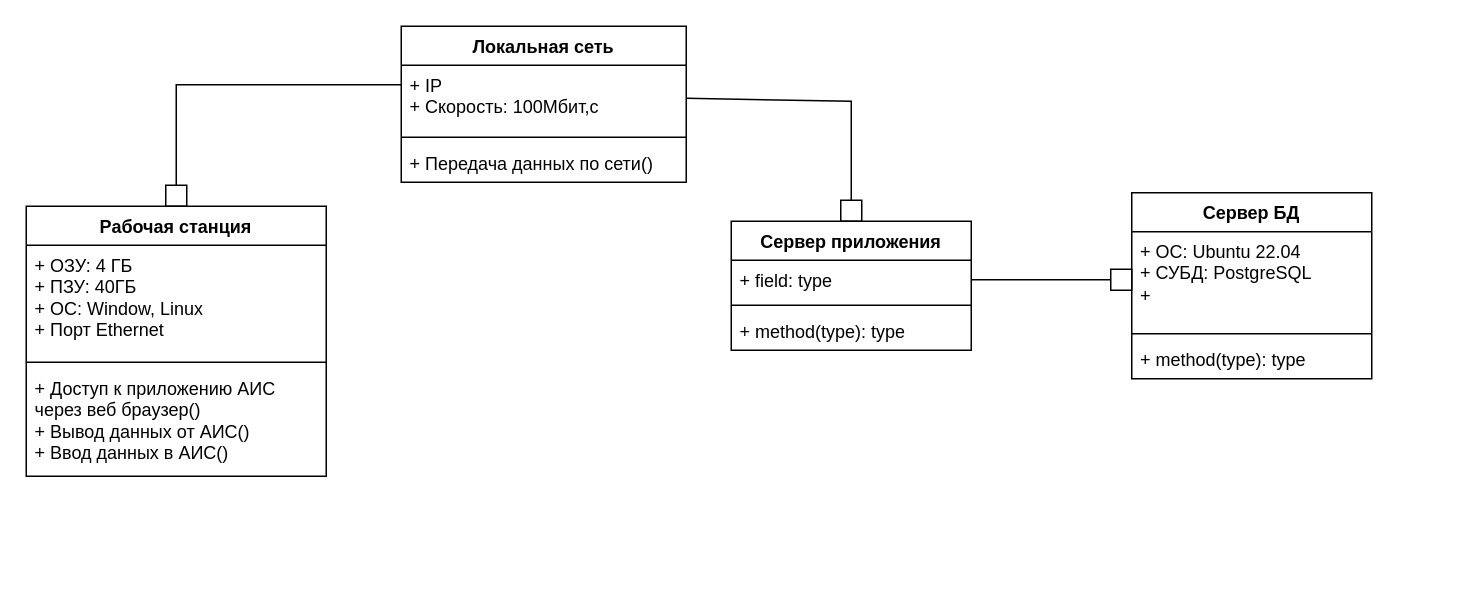
hiff0/db-city-council keeps this draw.io diagram as Определение проекта АИС.drawio. Above is the earlier version. Source tidied: cells renumbered, new cells numbered last; positions are measured from the earlier drawing's top-left corner, leaving out a move shared by most shapes. Both pictures are drawn from the tidied source at 150%, with x=0, y=0 at pixel (26, 26).
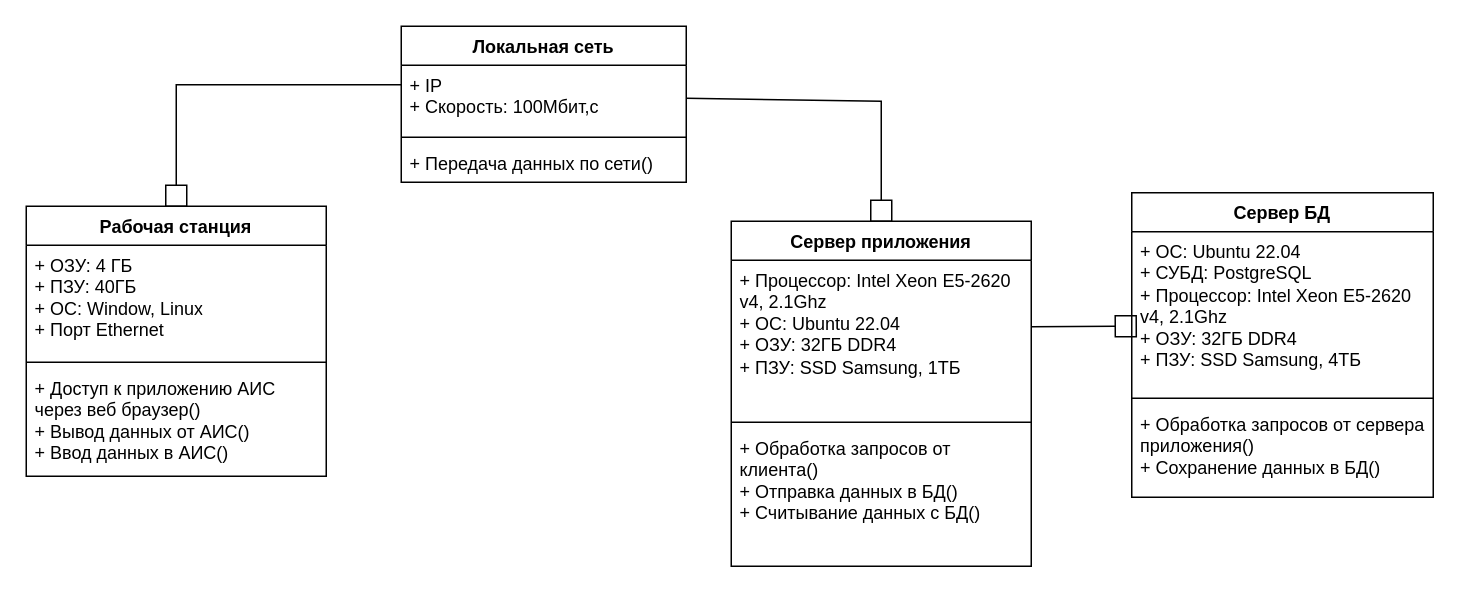
After the change.

Unchanged cells that the change refers to:
```xml
<mxCell id="3" value="+ IP&lt;div&gt;+ С&lt;span style=&quot;background-color: initial;&quot;&gt;корость: 100Мбит,с&lt;/span&gt;&lt;/div&gt;" style="text;strokeColor=none;fillColor=none;align=left;verticalAlign=top;spacingLeft=4;spacingRight=4;overflow=hidden;points=[[0,0.5],[1,0.5]];portConstraint=eastwest;whiteSpace=wrap;html=1;" parent="2" vertex="1">
  <mxGeometry y="26" width="190" height="44" as="geometry" />
</mxCell>
```

What changed in the source:
```diff
@@
     <mxCell id="10" value="Сервер приложения" style="swimlane;fontStyle=1;align=center;verticalAlign=top;horizontal=1;startSize=26;whiteSpace=wrap;html=1;" parent="1" vertex="1">
-      <mxGeometry x="470" y="130" width="160" height="86" as="geometry" />
+      <mxGeometry x="470" y="130" width="200" height="230" as="geometry" />
     </mxCell>
-    <mxCell id="11" value="+ field: type" style="text;strokeColor=none;fillColor=none;align=left;verticalAlign=top;spacingLeft=4;spacingRight=4;overflow=hidden;points=[[0,0.5],[1,0.5]];portConstraint=eastwest;whiteSpace=wrap;html=1;" parent="10" vertex="1">
-      <mxGeometry y="26" width="160" height="26" as="geometry" />
+    <mxCell id="11" value="+ Процессор: Intel Xeon E5-2620 v4, 2.1Ghz&lt;div&gt;+ ОС: Ubuntu 22.04&lt;/div&gt;&lt;div&gt;+ ОЗУ: 32ГБ DDR4&lt;/div&gt;&lt;div&gt;+ ПЗУ: SSD Samsung, 1ТБ&lt;/div&gt;&lt;div&gt;&lt;br&gt;&lt;/div&gt;" style="text;strokeColor=none;fillColor=none;align=left;verticalAlign=top;spacingLeft=4;spacingRight=4;overflow=hidden;points=[[0,0.5],[1,0.5]];portConstraint=eastwest;whiteSpace=wrap;html=1;" parent="10" vertex="1">
+      <mxGeometry y="26" width="200" height="104" as="geometry" />
     </mxCell>
     <mxCell id="12" style="line;strokeWidth=1;fillColor=none;align=left;verticalAlign=middle;spacingTop=-1;spacingLeft=3;spacingRight=3;labelPosition=right;strokeColor=inherit;" parent="10" vertex="1">
-      <mxGeometry y="52" width="160" height="8" as="geometry" />
+      <mxGeometry y="130" width="200" height="8" as="geometry" />
     </mxCell>
-    <mxCell id="13" value="+ method(type): type" style="text;strokeColor=none;fillColor=none;align=left;verticalAlign=top;spacingLeft=4;spacingRight=4;overflow=hidden;whiteSpace=wrap;html=1;" parent="10" vertex="1">
-      <mxGeometry y="60" width="160" height="26" as="geometry" />
+    <mxCell id="13" value="+ Обработка запросов от клиента()&lt;div&gt;+ Отправка данных в БД()&lt;/div&gt;&lt;div&gt;+ Считывание данных с БД()&lt;/div&gt;" style="text;strokeColor=none;fillColor=none;align=left;verticalAlign=top;spacingLeft=4;spacingRight=4;overflow=hidden;whiteSpace=wrap;html=1;" parent="10" vertex="1">
+      <mxGeometry y="138" width="200" height="92" as="geometry" />
     </mxCell>
     <mxCell id="14" value="Сервер БД" style="swimlane;fontStyle=1;align=center;verticalAlign=top;horizontal=1;startSize=26;whiteSpace=wrap;html=1;" parent="1" vertex="1">
-      <mxGeometry x="737" y="111" width="160" height="124" as="geometry" />
+      <mxGeometry x="737" y="111" width="201" height="203" as="geometry" />
     </mxCell>
-    <mxCell id="15" value="+ ОС: Ubuntu 22.04&lt;div&gt;+ СУБД: PostgreSQL&lt;/div&gt;&lt;div&gt;+&amp;nbsp;&lt;br&gt;&lt;div&gt;&lt;br&gt;&lt;/div&gt;&lt;/div&gt;" style="text;strokeColor=none;fillColor=none;align=left;verticalAlign=top;spacingLeft=4;spacingRight=4;overflow=hidden;points=[[0,0.5],[1,0.5]];portConstraint=eastwest;whiteSpace=wrap;html=1;" parent="14" vertex="1">
-      <mxGeometry y="26" width="160" height="64" as="geometry" />
+    <mxCell id="15" value="+ ОС: Ubuntu 22.04&lt;div&gt;+ СУБД: PostgreSQL&lt;/div&gt;&lt;div&gt;+ Процессор: Intel Xeon E5-2620 v4, 2.1Ghz&lt;/div&gt;&lt;div&gt;&lt;div&gt;+ ОЗУ: 32ГБ DDR4&lt;/div&gt;&lt;div&gt;+ ПЗУ: SSD Samsung, 4ТБ&lt;/div&gt;&lt;div&gt;&lt;br&gt;&lt;/div&gt;&lt;/div&gt;" style="text;strokeColor=none;fillColor=none;align=left;verticalAlign=top;spacingLeft=4;spacingRight=4;overflow=hidden;points=[[0,0.5],[1,0.5]];portConstraint=eastwest;whiteSpace=wrap;html=1;" parent="14" vertex="1">
+      <mxGeometry y="26" width="201" height="107" as="geometry" />
     </mxCell>
     <mxCell id="16" style="line;strokeWidth=1;fillColor=none;align=left;verticalAlign=middle;spacingTop=-1;spacingLeft=3;spacingRight=3;labelPosition=right;strokeColor=inherit;" parent="14" vertex="1">
-      <mxGeometry y="90" width="160" height="8" as="geometry" />
+      <mxGeometry y="133" width="201" height="8" as="geometry" />
     </mxCell>
-    <mxCell id="17" value="+ method(type): type" style="text;strokeColor=none;fillColor=none;align=left;verticalAlign=top;spacingLeft=4;spacingRight=4;overflow=hidden;whiteSpace=wrap;html=1;" parent="14" vertex="1">
-      <mxGeometry y="98" width="160" height="26" as="geometry" />
+    <mxCell id="17" value="+ Обработка запросов от сервера приложения()&lt;div&gt;+ Сохранение данных в БД()&lt;/div&gt;" style="text;strokeColor=none;fillColor=none;align=left;verticalAlign=top;spacingLeft=4;spacingRight=4;overflow=hidden;whiteSpace=wrap;html=1;" parent="14" vertex="1">
+      <mxGeometry y="141" width="201" height="62" as="geometry" />
     </mxCell>
@@
     <mxCell id="19" style="endArrow=box;endFill=0;endSize=12;html=1;rounded=0;exitX=1;exitY=0.5;exitDx=0;exitDy=0;entryX=0.5;entryY=0;entryDx=0;entryDy=0;" parent="1" edge="1" source="3" target="10">
       <mxGeometry relative="1" as="geometry">
         <Array as="points">
-          <mxPoint x="550" y="50" />
+          <mxPoint x="570" y="50" />
         </Array>
       </mxGeometry>
     </mxCell>
-    <mxCell id="20" style="endArrow=box;endFill=0;endSize=12;html=1;rounded=0;exitX=1;exitY=0.5;exitDx=0;exitDy=0;entryX=0;entryY=0.5;entryDx=0;entryDy=0;" parent="1" edge="1" source="11" target="15">
+    <mxCell id="20" style="endArrow=box;endFill=0;endSize=12;html=1;rounded=0;exitX=1.002;exitY=0.426;exitDx=0;exitDy=0;exitPerimeter=0;" parent="1" edge="1" source="11">
       <mxGeometry relative="1" as="geometry">
-        <Array as="points">
-          <mxPoint x="700" y="169" />
-        </Array>
+        <mxPoint x="740" y="200" as="targetPoint" />
       </mxGeometry>
     </mxCell>
```
